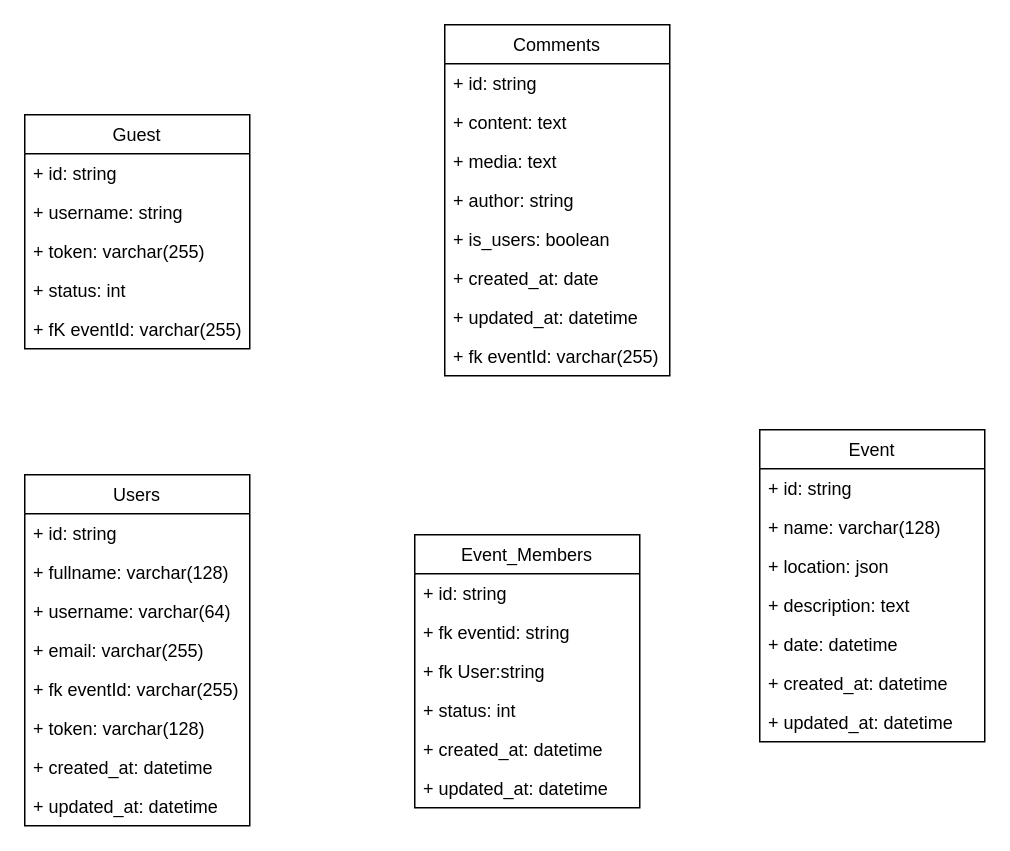
Earlier version of the draw.io diagram mcd.drawio (sebastienklaus/reunionou). Source tidied: cells renumbered, new cells numbered last; positions are measured from the earlier drawing's top-left corner, leaving out a move shared by most shapes. Both pictures are drawn from the tidied source at 150%, with x=0, y=0 at pixel (24, 24).
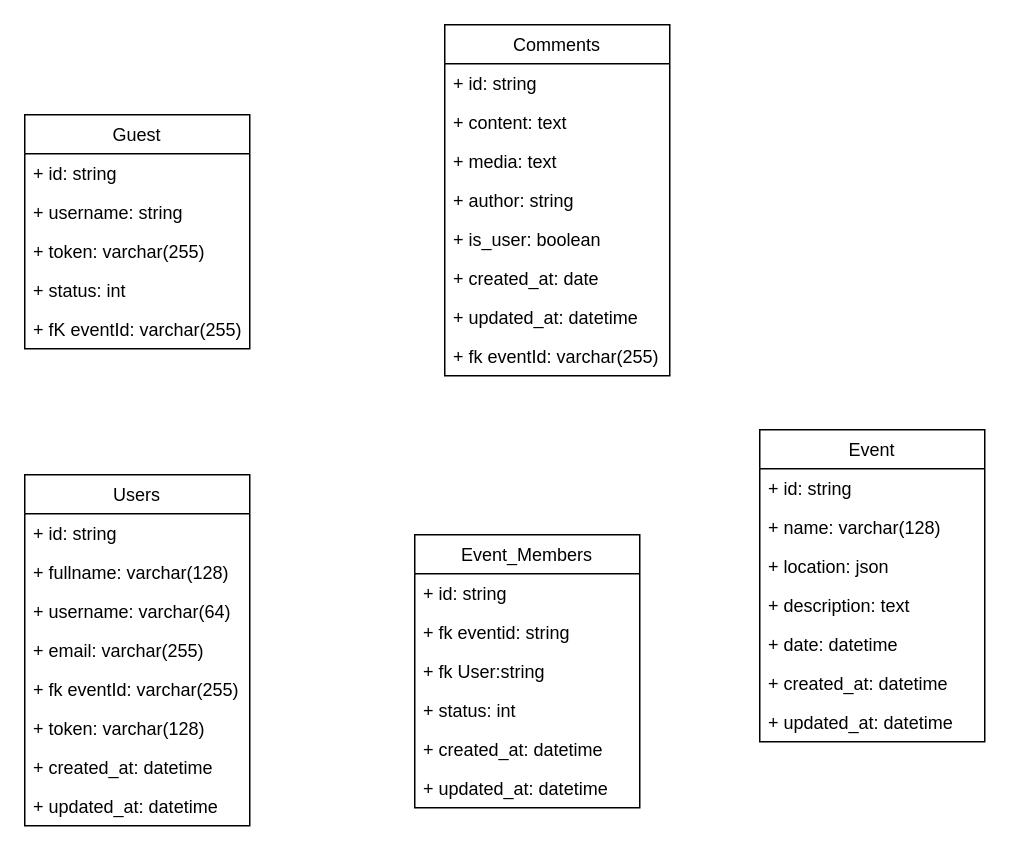
The same diagram, later.

Unchanged cells that the change refers to:
```xml
<mxCell id="8" value="Comments" style="swimlane;fontStyle=0;horizontal=1;startSize=26;fillColor=none;" parent="1" vertex="1">
  <mxGeometry x="280" width="150" height="234" as="geometry" />
</mxCell>
```

Diff of the diagram source:
```diff
@@
-    <mxCell id="13" value="+ is_users: boolean" style="text;strokeColor=none;fillColor=none;align=left;verticalAlign=top;spacingLeft=4;spacingRight=4;overflow=hidden;" parent="8" vertex="1">
+    <mxCell id="13" value="+ is_user: boolean" style="text;strokeColor=none;fillColor=none;align=left;verticalAlign=top;spacingLeft=4;spacingRight=4;overflow=hidden;" parent="8" vertex="1">
       <mxGeometry y="130" width="150" height="26" as="geometry" />
     </mxCell>
```
